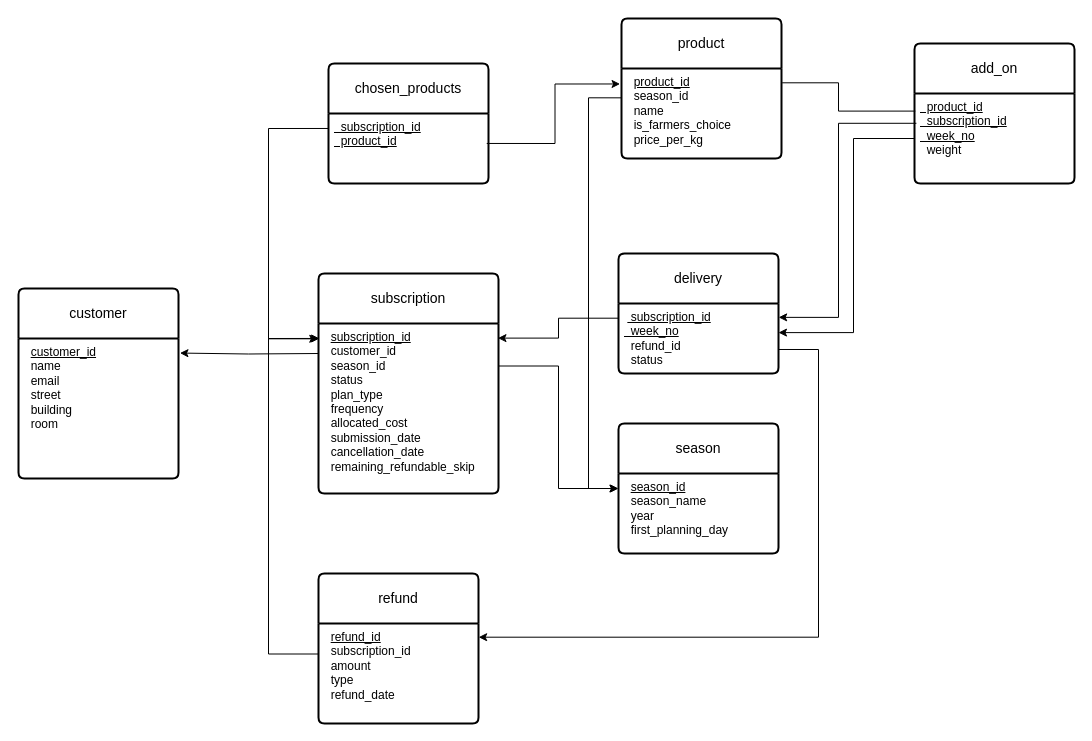
cgd0301/COMP2411-Group-Project keeps this draw.io diagram as stage1/diagrams/Relational_schema(latest).drawio. Above is the earlier version. Source tidied: cells renumbered, new cells numbered last; positions are measured from the earlier drawing's top-left corner, leaving out a move shared by most shapes. Both pictures are drawn from the tidied source at 100%, with x=0, y=0 at pixel (18, 18).
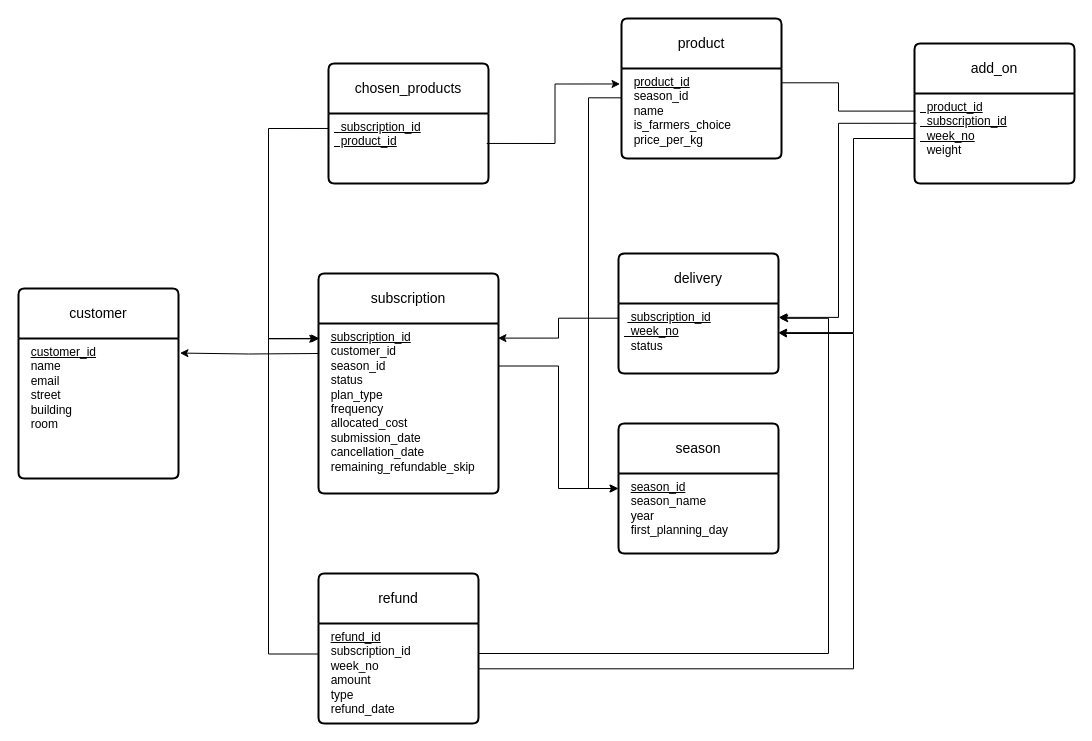
Above is the later version.

Commit message (it also covers changes not shown here):
Repair the disagreement of the association attributes between delivery and refund

Unchanged cells that the change refers to:
```xml
<mxCell id="7" value="refund" style="swimlane;horizontal=1;startSize=50;rounded=1;fontSize=14;fontStyle=0;strokeWidth=2;shadow=0;dashed=0;align=center;arcSize=4;whiteSpace=wrap;html=1;" parent="1" vertex="1">
  <mxGeometry x="300" y="555" width="160" height="150" as="geometry" />
</mxCell>
<mxCell id="10" value="delivery" style="swimlane;horizontal=1;startSize=50;rounded=1;fontSize=14;fontStyle=0;strokeWidth=2;shadow=0;dashed=0;align=center;arcSize=4;whiteSpace=wrap;html=1;" parent="1" vertex="1">
  <mxGeometry x="600" y="235" width="160" height="120" as="geometry" />
</mxCell>
```

Diff of the diagram source:
```diff
@@
-    <mxCell id="8" value="&lt;div&gt;&amp;nbsp; &lt;u&gt;refund_id&lt;/u&gt;&lt;/div&gt;&lt;div&gt;&amp;nbsp; subscription_id&lt;br&gt;&lt;div&gt;&amp;nbsp; amount&lt;/div&gt;&lt;div&gt;&amp;nbsp; type&lt;/div&gt;&lt;div&gt;&amp;nbsp; refund_date&lt;/div&gt;&lt;/div&gt;" style="align=left;strokeColor=none;fillColor=none;spacingLeft=4;spacingRight=4;fontSize=12;verticalAlign=top;html=1;whiteSpace=wrap;" parent="7" vertex="1">
+    <mxCell id="8" value="&lt;div&gt;&amp;nbsp; &lt;u&gt;refund_id&lt;/u&gt;&lt;/div&gt;&lt;div&gt;&amp;nbsp; subscription_id&lt;/div&gt;&lt;div&gt;&amp;nbsp; week_no&lt;br&gt;&lt;div&gt;&amp;nbsp; amount&lt;/div&gt;&lt;div&gt;&amp;nbsp; type&lt;/div&gt;&lt;div&gt;&amp;nbsp; refund_date&lt;/div&gt;&lt;/div&gt;" style="align=left;strokeColor=none;fillColor=none;spacingLeft=4;spacingRight=4;fontSize=12;verticalAlign=top;html=1;whiteSpace=wrap;" parent="7" vertex="1">
       <mxGeometry y="50" width="160" height="100" as="geometry" />
     </mxCell>
@@
-    <mxCell id="11" value="&amp;nbsp;&lt;u&gt; subscription_id&lt;/u&gt;&lt;div&gt;&lt;u&gt;&amp;nbsp; week_no&lt;/u&gt;&lt;/div&gt;&lt;div&gt;&amp;nbsp; refund_id&lt;/div&gt;&lt;div&gt;&amp;nbsp; status&lt;/div&gt;&lt;div&gt;&amp;nbsp;&amp;nbsp;&lt;/div&gt;" style="align=left;strokeColor=none;fillColor=none;spacingLeft=4;spacingRight=4;fontSize=12;verticalAlign=top;html=1;whiteSpace=wrap;" parent="10" vertex="1">
+    <mxCell id="11" value="&amp;nbsp;&lt;u&gt; subscription_id&lt;/u&gt;&lt;div&gt;&lt;u&gt;&amp;nbsp; week_no&lt;/u&gt;&lt;/div&gt;&lt;div&gt;&amp;nbsp; status&lt;/div&gt;&lt;div&gt;&amp;nbsp;&amp;nbsp;&lt;/div&gt;" style="align=left;strokeColor=none;fillColor=none;spacingLeft=4;spacingRight=4;fontSize=12;verticalAlign=top;html=1;whiteSpace=wrap;" parent="10" vertex="1">
       <mxGeometry y="50" width="160" height="70" as="geometry" />
     </mxCell>
@@
-    <mxCell id="13" style="endArrow=none;html=1;rounded=0;defaultLabelBackgroundColor=page;entryX=1.001;entryY=0.657;entryDx=0;entryDy=0;entryPerimeter=0;startArrow=classic;startFill=1;edgeStyle=orthogonalEdgeStyle;exitX=1.001;exitY=0.137;exitDx=0;exitDy=0;exitPerimeter=0;" parent="1" edge="1" source="8" target="11">
-      <mxGeometry x="0.63" relative="1" as="geometry">
-        <Array as="points">
-          <mxPoint x="800" y="618.7" />
-          <mxPoint x="800" y="331" />
-        </Array>
-      </mxGeometry>
-    </mxCell>
@@
+    <mxCell id="13" style="endArrow=classic;html=1;rounded=0;defaultLabelBackgroundColor=page;exitX=0.999;exitY=0.453;exitDx=0;exitDy=0;exitPerimeter=0;entryX=1.001;entryY=0.423;entryDx=0;entryDy=0;entryPerimeter=0;edgeStyle=orthogonalEdgeStyle;endFill=1;" parent="1" edge="1" source="8" target="11">
+      <mxGeometry relative="1" as="geometry">
+        <Array as="points">
+          <mxPoint x="835" y="650.3" />
+          <mxPoint x="835" y="315" />
+          <mxPoint x="767.1" y="315" />
+        </Array>
+      </mxGeometry>
+    </mxCell>
+    <mxCell id="29" style="endArrow=classic;html=1;rounded=0;defaultLabelBackgroundColor=page;entryX=1.008;entryY=0.212;entryDx=0;entryDy=0;entryPerimeter=0;edgeStyle=orthogonalEdgeStyle;endFill=1;" parent="1" edge="1" target="11">
+      <mxGeometry relative="1" as="geometry">
+        <mxPoint x="460" y="635" as="sourcePoint" />
+        <Array as="points">
+          <mxPoint x="810" y="635" />
+          <mxPoint x="810" y="299.8" />
+        </Array>
+      </mxGeometry>
+    </mxCell>
```
